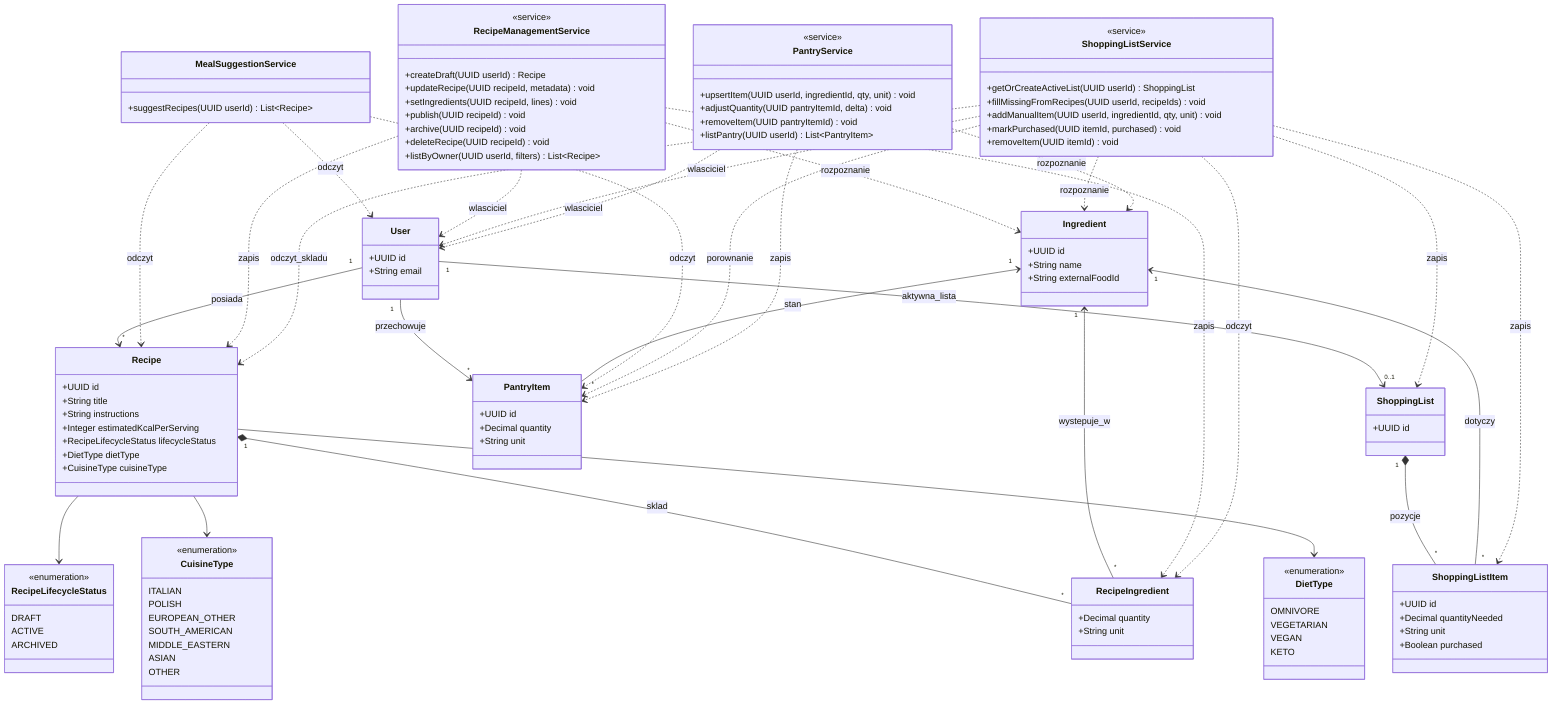
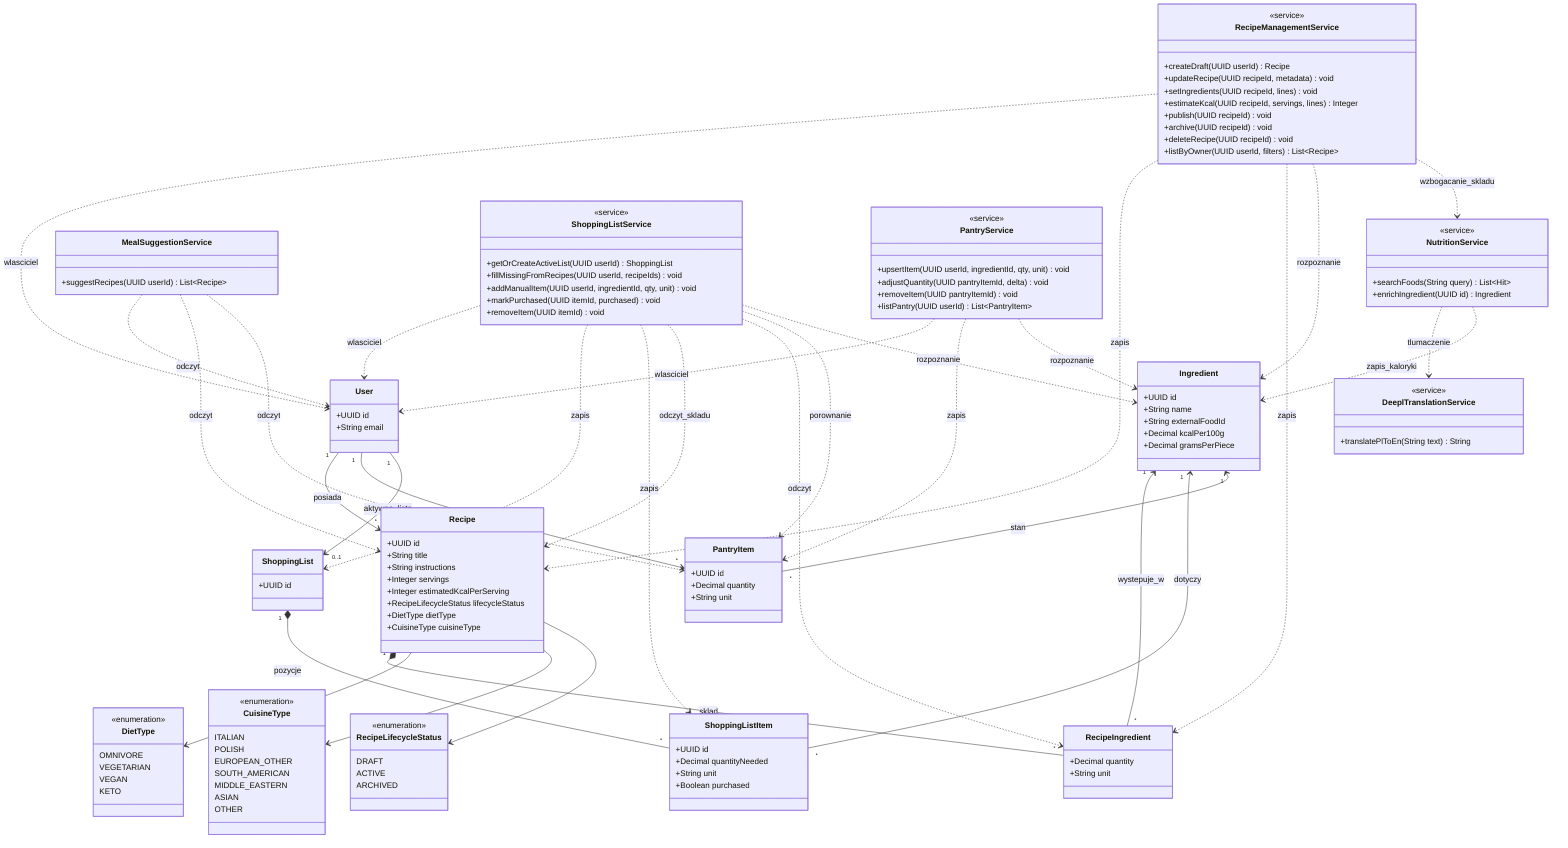
classDiagram
    direction TB

    class User {
        +UUID id
        +String email
    }

    class Recipe {
        +UUID id
        +String title
        +String instructions
+         +Integer servings
        +Integer estimatedKcalPerServing
        +RecipeLifecycleStatus lifecycleStatus
        +DietType dietType
        +CuisineType cuisineType
    }

    class Ingredient {
        +UUID id
        +String name
        +String externalFoodId
+         +Decimal kcalPer100g
+         +Decimal gramsPerPiece
+     }
+ 
+     class DeeplTranslationService {
+         <<service>>
+         +translatePlToEn(String text) String
+     }
+ 
+     class NutritionService {
+         <<service>>
+         +searchFoods(String query) List~Hit~
+         +enrichIngredient(UUID id) Ingredient
    }

    class RecipeIngredient {
        +Decimal quantity
        +String unit
    }

    class PantryItem {
        +UUID id
        +Decimal quantity
        +String unit
    }

    class ShoppingList {
        +UUID id
    }

    class ShoppingListItem {
        +UUID id
        +Decimal quantityNeeded
        +String unit
        +Boolean purchased
    }

    class DietType {
        <<enumeration>>
        OMNIVORE
        VEGETARIAN
        VEGAN
        KETO
    }

    class CuisineType {
        <<enumeration>>
        ITALIAN
        POLISH
				EUROPEAN_OTHER
				SOUTH_AMERICAN
				MIDDLE_EASTERN
        ASIAN
        OTHER
    }

    class RecipeLifecycleStatus {
        <<enumeration>>
        DRAFT
        ACTIVE
        ARCHIVED
    }

    class MealSuggestionService {
        +suggestRecipes(UUID userId) List~Recipe~
    }

    class RecipeManagementService {
        <<service>>
        +createDraft(UUID userId) Recipe
        +updateRecipe(UUID recipeId, metadata) void
        +setIngredients(UUID recipeId, lines) void
+         +estimateKcal(UUID recipeId, servings, lines) Integer
        +publish(UUID recipeId) void
        +archive(UUID recipeId) void
        +deleteRecipe(UUID recipeId) void
        +listByOwner(UUID userId, filters) List~Recipe~
    }

    class ShoppingListService {
        <<service>>
        +getOrCreateActiveList(UUID userId) ShoppingList
        +fillMissingFromRecipes(UUID userId, recipeIds) void
        +addManualItem(UUID userId, ingredientId, qty, unit) void
        +markPurchased(UUID itemId, purchased) void
        +removeItem(UUID itemId) void
    }

    class PantryService {
        <<service>>
        +upsertItem(UUID userId, ingredientId, qty, unit) void
        +adjustQuantity(UUID pantryItemId, delta) void
        +removeItem(UUID pantryItemId) void
        +listPantry(UUID userId) List~PantryItem~
    }

    User "1" --> "*" Recipe : posiada
    User "1" --> "*" PantryItem : przechowuje
    User "1" --> "0..1" ShoppingList : aktywna_lista

    Recipe "1" *-- "*" RecipeIngredient : sklad
    Ingredient "1" <-- "*" RecipeIngredient : wystepuje_w

    ShoppingList "1" *-- "*" ShoppingListItem : pozycje
    Ingredient "1" <-- "*" ShoppingListItem : dotyczy
    Ingredient "1" <-- "*" PantryItem : stan

    Recipe --> DietType
    Recipe --> CuisineType
    Recipe --> RecipeLifecycleStatus

    MealSuggestionService ..> User : odczyt
    MealSuggestionService ..> Recipe : odczyt
    MealSuggestionService ..> PantryItem : odczyt

    RecipeManagementService ..> User : wlasciciel
    RecipeManagementService ..> Recipe : zapis
    RecipeManagementService ..> RecipeIngredient : zapis
    RecipeManagementService ..> Ingredient : rozpoznanie

    ShoppingListService ..> User : wlasciciel
    ShoppingListService ..> ShoppingList : zapis
    ShoppingListService ..> ShoppingListItem : zapis
    ShoppingListService ..> Recipe : odczyt_skladu
    ShoppingListService ..> RecipeIngredient : odczyt
    ShoppingListService ..> PantryItem : porownanie
    ShoppingListService ..> Ingredient : rozpoznanie

    PantryService ..> User : wlasciciel
    PantryService ..> PantryItem : zapis
-     PantryService ..> Ingredient : rozpoznanie+     PantryService ..> Ingredient : rozpoznanie
+ 
+     NutritionService ..> DeeplTranslationService : tlumaczenie
+     NutritionService ..> Ingredient : zapis_kaloryki
+     RecipeManagementService ..> NutritionService : wzbogacanie_skladu